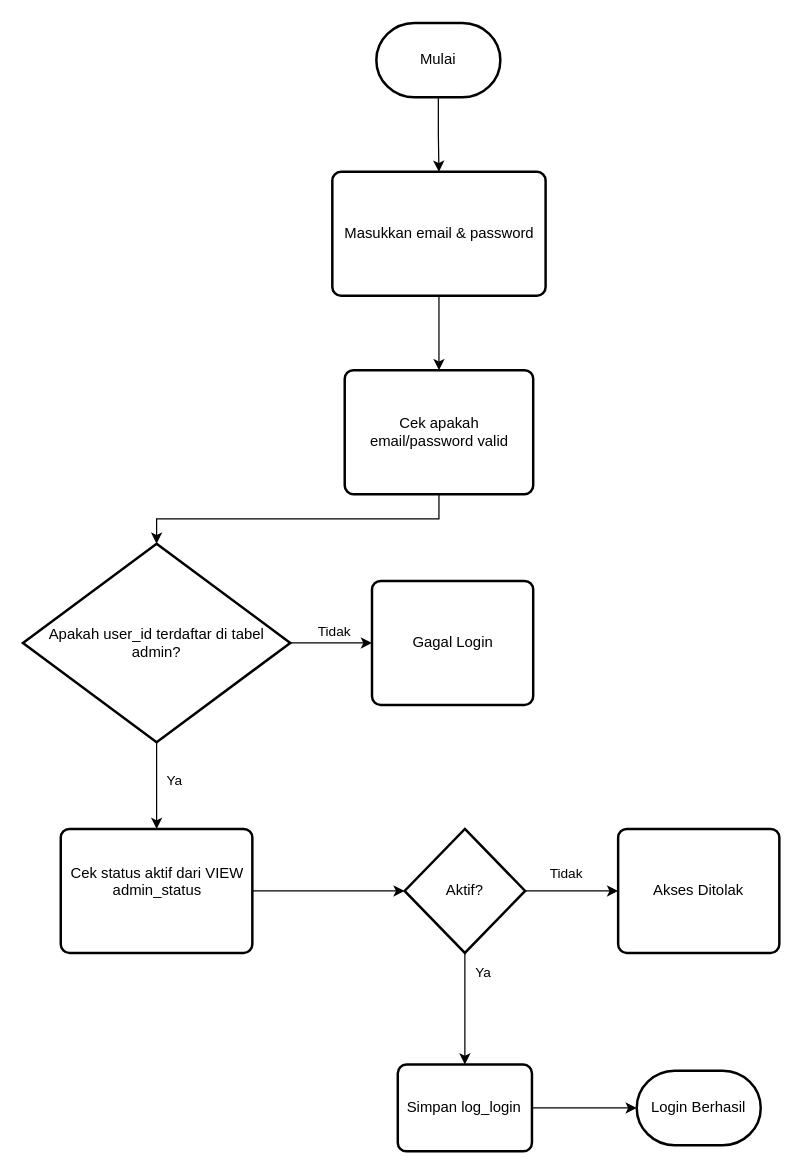
Earlier version of the draw.io diagram page "FLOW CHART LOGIN" (3 of 4) of dba/Logika Login.drawio (BhinnekaDev/DATABASE-LOKAL-GEOFISIKA-DATABASE). Source tidied: cells renumbered, new cells numbered last; positions are measured from the earlier drawing's top-left corner, leaving out a move shared by most shapes. Both pictures are drawn from the tidied source at 124%, with x=0, y=0 at pixel (22, 22).
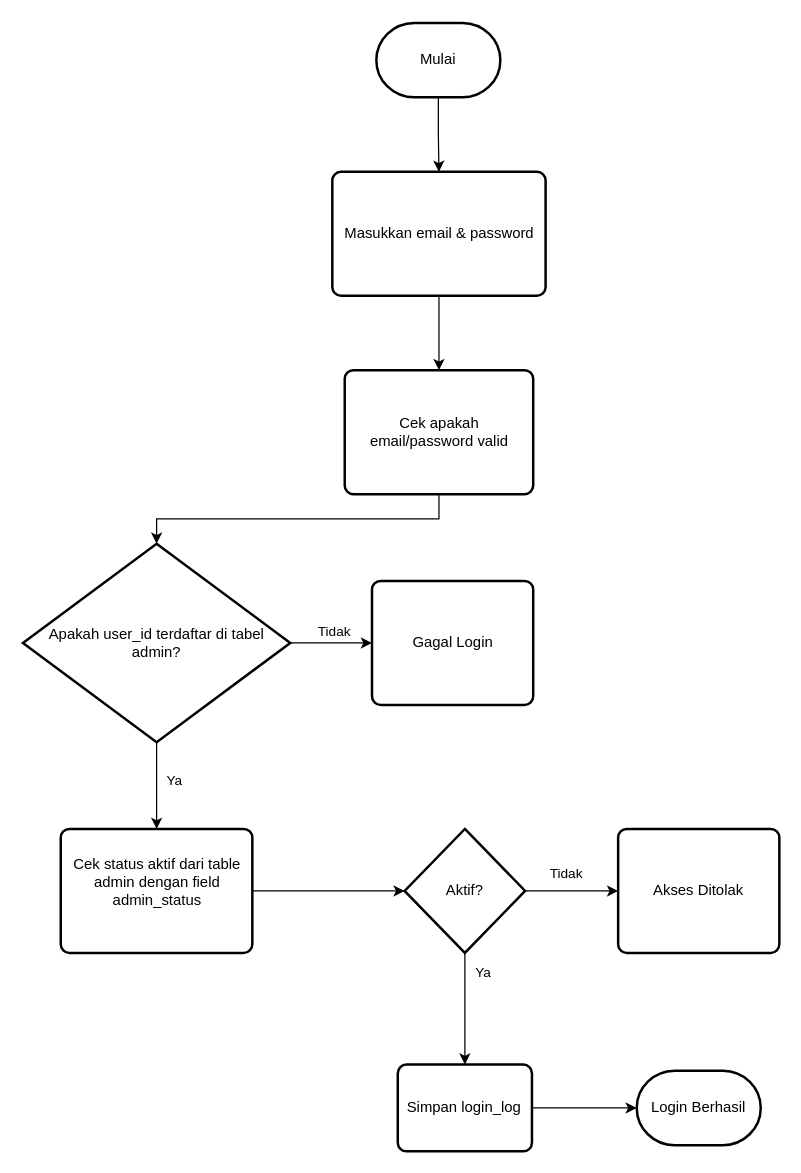
The same diagram, later.

Commit message (it also covers changes not shown here):
feat: menambahkan dba crud admin dan operator

The edit, as a diff of the source:
```diff
@@
-    <mxCell id="14" value="&lt;div&gt;Cek status aktif dari VIEW admin_status&lt;/div&gt;&lt;div&gt;&lt;br&gt;&lt;/div&gt;" style="rounded=1;whiteSpace=wrap;html=1;absoluteArcSize=1;arcSize=14;strokeWidth=2;" parent="1" vertex="1">
+    <mxCell id="14" value="&lt;div&gt;Cek status aktif dari table admin dengan field admin_status&lt;/div&gt;&lt;div&gt;&lt;br&gt;&lt;/div&gt;" style="rounded=1;whiteSpace=wrap;html=1;absoluteArcSize=1;arcSize=14;strokeWidth=2;" parent="1" vertex="1">
       <mxGeometry x="30.5" y="650" width="154.5" height="100" as="geometry" />
     </mxCell>
@@
-    <mxCell id="22" value="&lt;div&gt;Simpan log_login&lt;/div&gt;" style="rounded=1;whiteSpace=wrap;html=1;absoluteArcSize=1;arcSize=14;strokeWidth=2;" parent="1" vertex="1">
+    <mxCell id="22" value="&lt;div&gt;Simpan login_log&lt;/div&gt;" style="rounded=1;whiteSpace=wrap;html=1;absoluteArcSize=1;arcSize=14;strokeWidth=2;" parent="1" vertex="1">
       <mxGeometry x="302.3" y="840" width="108.2" height="70" as="geometry" />
     </mxCell>
```
